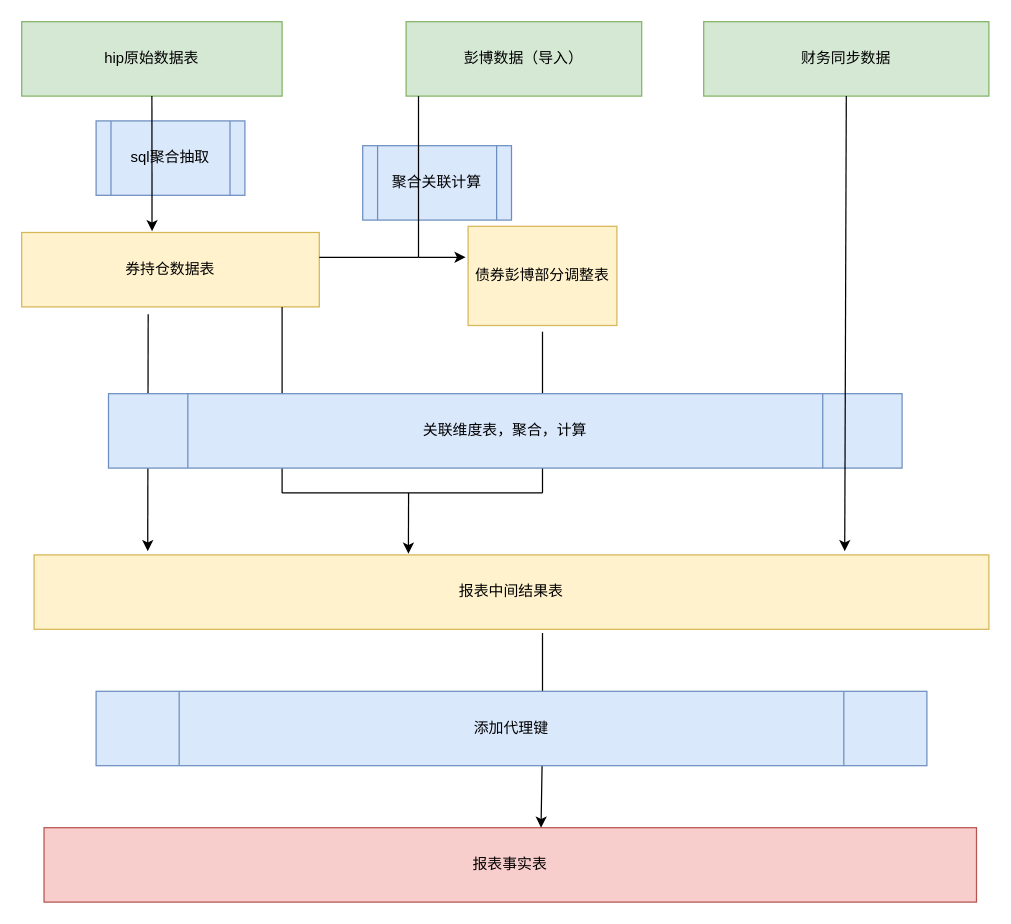
Before: 数据l流转.drawio in gebifeixiang/investment, a draw.io diagram. Source tidied: cells renumbered, new cells numbered last; positions are measured from the earlier drawing's top-left corner, leaving out a move shared by most shapes. Both pictures are drawn from the tidied source at 124%, with x=0, y=0 at pixel (21, 21).
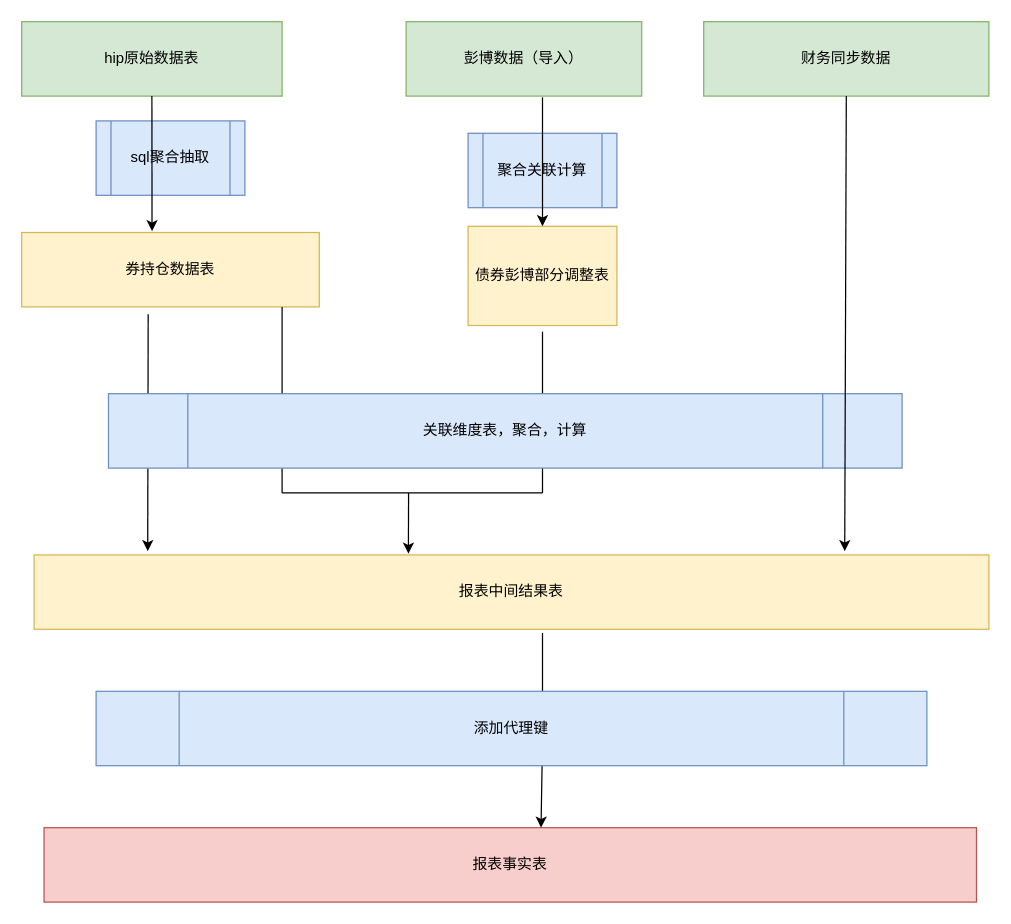
The same diagram, later.

Unchanged cells that the change refers to:
```xml
<mxCell id="9" value="债券彭博部分调整表" style="rounded=0;whiteSpace=wrap;html=1;fillColor=#fff2cc;strokeColor=#d6b656;" parent="1" vertex="1">
  <mxGeometry x="360" y="165" width="120" height="80" as="geometry" />
</mxCell>
```

Diff of the diagram source:
```diff
@@
     <mxCell id="10" value="聚合关联计算" style="shape=process;whiteSpace=wrap;html=1;backgroundOutline=1;fillColor=#dae8fc;strokeColor=#6c8ebf;" parent="1" vertex="1">
-      <mxGeometry x="275" y="100" width="120" height="60" as="geometry" />
+      <mxGeometry x="360" y="90" width="120" height="60" as="geometry" />
     </mxCell>
-    <mxCell id="11" style="endArrow=none;html=1;" parent="1" edge="1">
-      <mxGeometry relative="1" as="geometry">
-        <mxPoint x="320" y="190" as="sourcePoint" />
-        <mxPoint x="320" y="60" as="targetPoint" />
-        <Array as="points">
-          <mxPoint x="320" y="88" />
-        </Array>
-      </mxGeometry>
-    </mxCell>
-    <mxCell id="12" style="endArrow=none;html=1;" parent="1" edge="1">
-      <mxGeometry relative="1" as="geometry">
-        <mxPoint x="320" y="190" as="sourcePoint" />
-        <mxPoint x="240" y="190" as="targetPoint" />
-      </mxGeometry>
-    </mxCell>
-    <mxCell id="13" style="endArrow=classic;html=1;" parent="1" edge="1">
-      <mxGeometry relative="1" as="geometry">
-        <mxPoint x="320" y="190" as="sourcePoint" />
-        <mxPoint x="358" y="190" as="targetPoint" />
-      </mxGeometry>
-    </mxCell>
@@
+    <mxCell id="24" style="endArrow=classic;html=1;entryX=0.5;entryY=0;entryDx=0;entryDy=0;" parent="1" edge="1" target="9">
+      <mxGeometry relative="1" as="geometry">
+        <mxPoint x="420" y="61" as="sourcePoint" />
+      </mxGeometry>
+    </mxCell>
```
